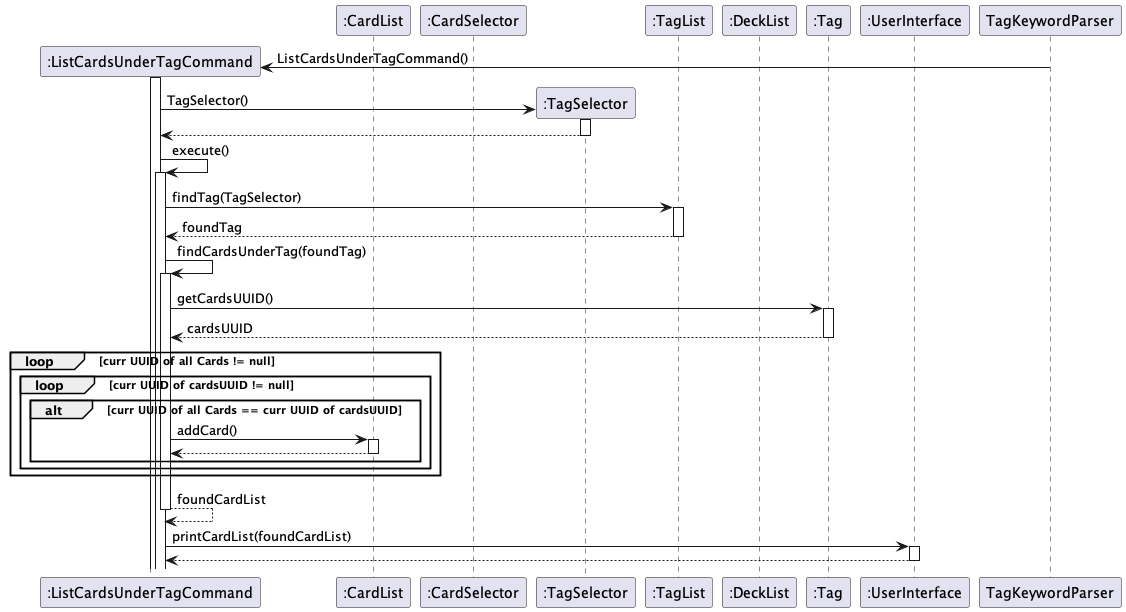
The PlantUML diagram docs/img/ListCardsUnderTagSequence.png in nus-cs2113-AY2223S2/tp, before a commit. Source of this version:
```plantuml
@startuml
autoactivate on

participant ":ListCardsUnderTagCommand" as ListCardsUnderTagCommand
participant ":TagList" as TagList
participant ":CardList" as CardList
participant ":CardSelector" as CardSelector
participant ":TagSelector" as TagSelector
participant ":TagList" as TagList
participant ":DeckList" as DeckList
participant ":Tag" as Tag

participant ":UserInterface" as UserInterface


Create ListCardsUnderTagCommand
TagKeywordParser -> ListCardsUnderTagCommand : ListCardsUnderTagCommand()
activate ListCardsUnderTagCommand

Create TagSelector
ListCardsUnderTagCommand -> TagSelector : TagSelector()
return


ListCardsUnderTagCommand -> ListCardsUnderTagCommand: execute()
ListCardsUnderTagCommand -> TagList : findTag(TagSelector)
return foundTag

ListCardsUnderTagCommand -> ListCardsUnderTagCommand : findCardsUnderTag(foundTag)
ListCardsUnderTagCommand -> Tag : getCardsUUID()
return cardsUUID

loop curr UUID of all Cards != null
    loop curr UUID of cardsUUID != null
      alt curr UUID of all Cards == curr UUID of cardsUUID
        ListCardsUnderTagCommand -> CardList : addCard()
         return
       end
      end loop

end loop

return foundCardList

ListCardsUnderTagCommand -> UserInterface : printCardList(foundCardList)
return

@enduml
```
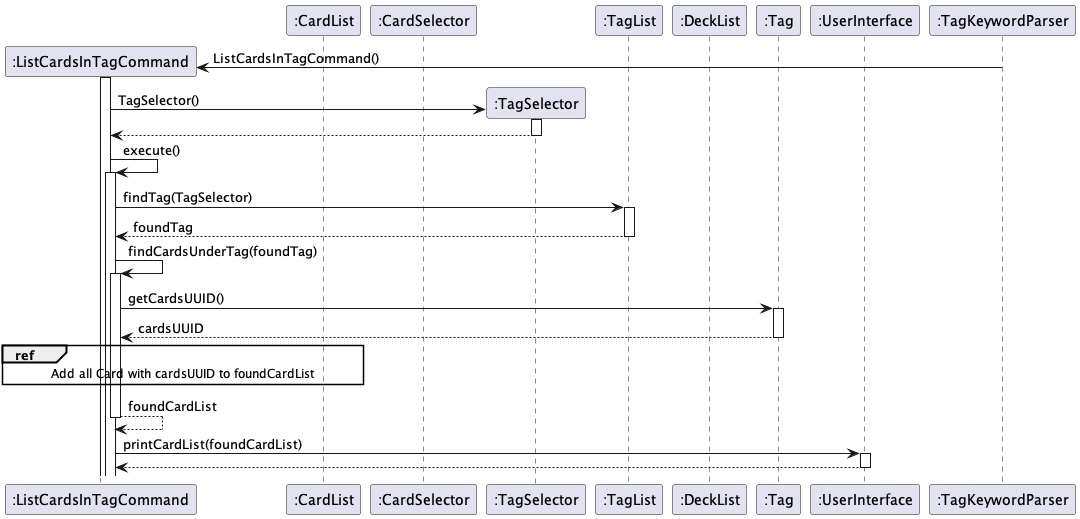
The same file after the commit.

The edit, as a diff of the source:
```diff
@@ -1,7 +1,7 @@
 @startuml
 autoactivate on
 
-participant ":ListCardsUnderTagCommand" as ListCardsUnderTagCommand
+participant ":ListCardsInTagCommand" as ListCardsInTagCommand
 participant ":TagList" as TagList
 participant ":CardList" as CardList
 participant ":CardSelector" as CardSelector
@@ -11,38 +11,35 @@
 participant ":Tag" as Tag
 
 participant ":UserInterface" as UserInterface
+participant ":TagKeywordParser" as TagKeywordParser
 
 
-Create ListCardsUnderTagCommand
-TagKeywordParser -> ListCardsUnderTagCommand : ListCardsUnderTagCommand()
-activate ListCardsUnderTagCommand
+Create ListCardsInTagCommand
+TagKeywordParser -> ListCardsInTagCommand : ListCardsInTagCommand()
+activate ListCardsInTagCommand
 
 Create TagSelector
-ListCardsUnderTagCommand -> TagSelector : TagSelector()
+ListCardsInTagCommand -> TagSelector : TagSelector()
 return
 
 
-ListCardsUnderTagCommand -> ListCardsUnderTagCommand: execute()
-ListCardsUnderTagCommand -> TagList : findTag(TagSelector)
+ListCardsInTagCommand -> ListCardsInTagCommand: execute()
+ListCardsInTagCommand -> TagList : findTag(TagSelector)
 return foundTag
 
-ListCardsUnderTagCommand -> ListCardsUnderTagCommand : findCardsUnderTag(foundTag)
-ListCardsUnderTagCommand -> Tag : getCardsUUID()
+ListCardsInTagCommand -> ListCardsInTagCommand : findCardsUnderTag(foundTag)
+ListCardsInTagCommand -> Tag : getCardsUUID()
 return cardsUUID
 
-loop curr UUID of all Cards != null
-    loop curr UUID of cardsUUID != null
-      alt curr UUID of all Cards == curr UUID of cardsUUID
-        ListCardsUnderTagCommand -> CardList : addCard()
-         return
-       end
-      end loop
 
-end loop
+ref over ListCardsInTagCommand, CardList
+Add all Card with cardsUUID to foundCardList
+end ref
+
 
 return foundCardList
 
-ListCardsUnderTagCommand -> UserInterface : printCardList(foundCardList)
+ListCardsInTagCommand -> UserInterface : printCardList(foundCardList)
 return
 
 @enduml
```
